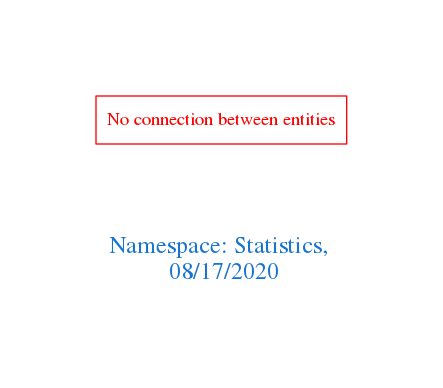
arago/OGIT keeps this Graphviz diagram as downloads/Statistics.png. Above is the earlier version. Its source is kept beside it as downloads/Statistics.dot.
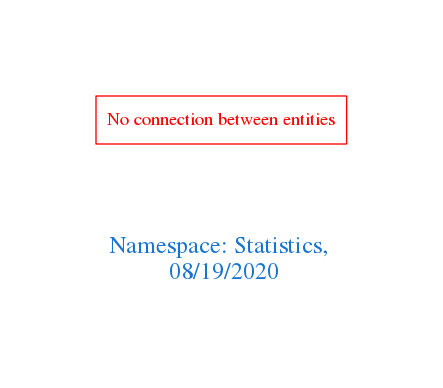
After the commit.

Diff of the diagram source:
```diff
@@ -1,7 +1,7 @@
 digraph OGIT_ontology {
  graph [ rankdir= LR,pad=1
 fontsize = 18,
-fontcolor= dodgerblue3,label = "\n\n\nNamespace: Statistics, \n 08/17/2020"];
+fontcolor= dodgerblue3,label = "\n\n\nNamespace: Statistics, \n 08/19/2020"];
 node[shape=polygon];
 edge [  color="gray81"];
 
```
